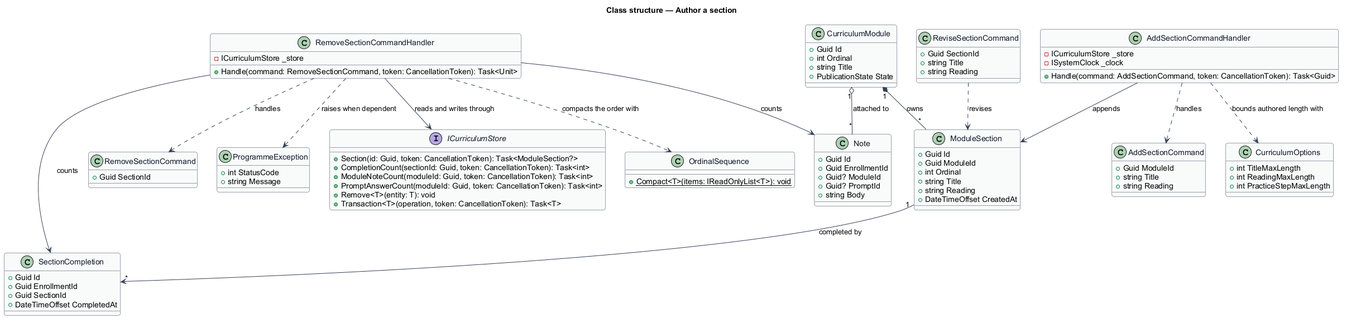
Earlier version of the PlantUML export docs/detailed-designs/administration/author-section/diagrams/class-structure.png (QuinntyneBrown/quinntyne-brown-stewardship).
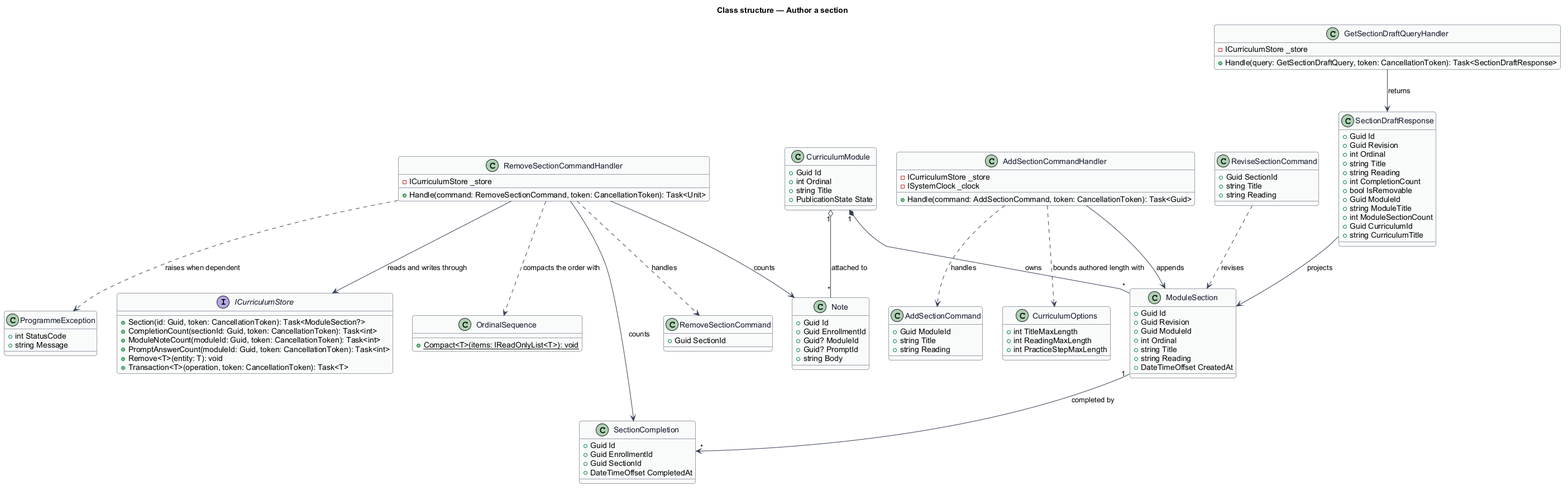
Later version of the same file.

Commit message:
docs: draw the revision token the responses already carry

Diff of the diagram source:
```diff
@@ -20,6 +20,7 @@
 
 class ModuleSection {
   +Guid Id
+  +Guid Revision
   +Guid ModuleId
   +int Ordinal
   +string Title
@@ -83,6 +84,26 @@
   +Transaction<T>(operation, token: CancellationToken): Task<T>
 }
 
+class SectionDraftResponse {
+  +Guid Id
+  +Guid Revision
+  +int Ordinal
+  +string Title
+  +string Reading
+  +int CompletionCount
+  +bool IsRemovable
+  +Guid ModuleId
+  +string ModuleTitle
+  +int ModuleSectionCount
+  +Guid CurriculumId
+  +string CurriculumTitle
+}
+
+class GetSectionDraftQueryHandler {
+  -ICurriculumStore _store
+  +Handle(query: GetSectionDraftQuery, token: CancellationToken): Task<SectionDraftResponse>
+}
+
 class CurriculumOptions {
   +int TitleMaxLength
   +int ReadingMaxLength
@@ -106,4 +127,6 @@
 RemoveSectionCommandHandler --> ICurriculumStore : reads and writes through
 AddSectionCommandHandler ..> CurriculumOptions : bounds authored length with
 ReviseSectionCommand ..> ModuleSection : revises
+GetSectionDraftQueryHandler --> SectionDraftResponse : returns
+SectionDraftResponse --> ModuleSection : projects
 @enduml
```
